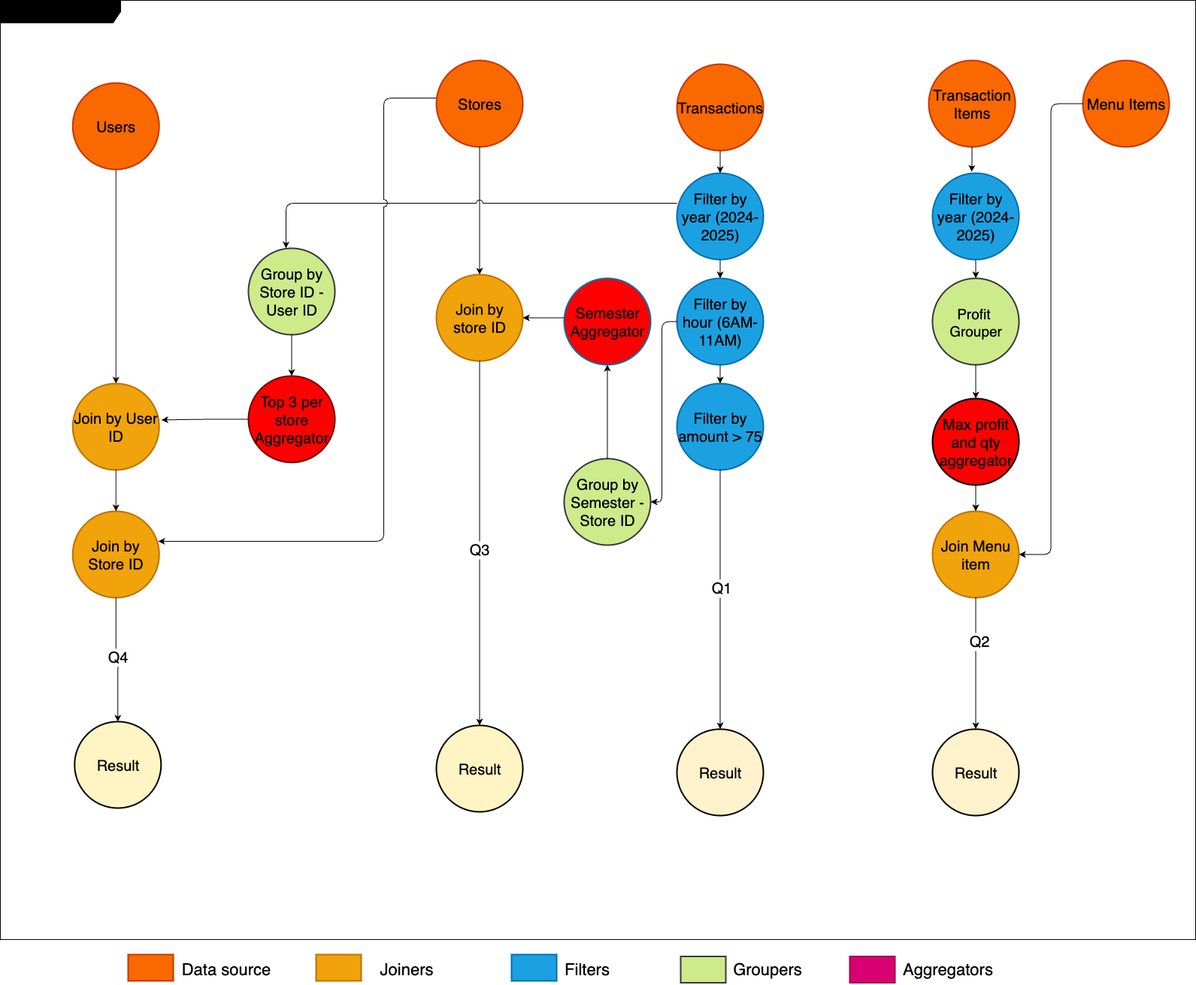
This is source/DAG.png from fiuba-distribuidos-2C2025/informe, a draw.io export, as it was before one commit. Source tidied: cells renumbered, new cells last; positions are measured from the earlier drawing's top-left corner, leaving out a move shared by most shapes.
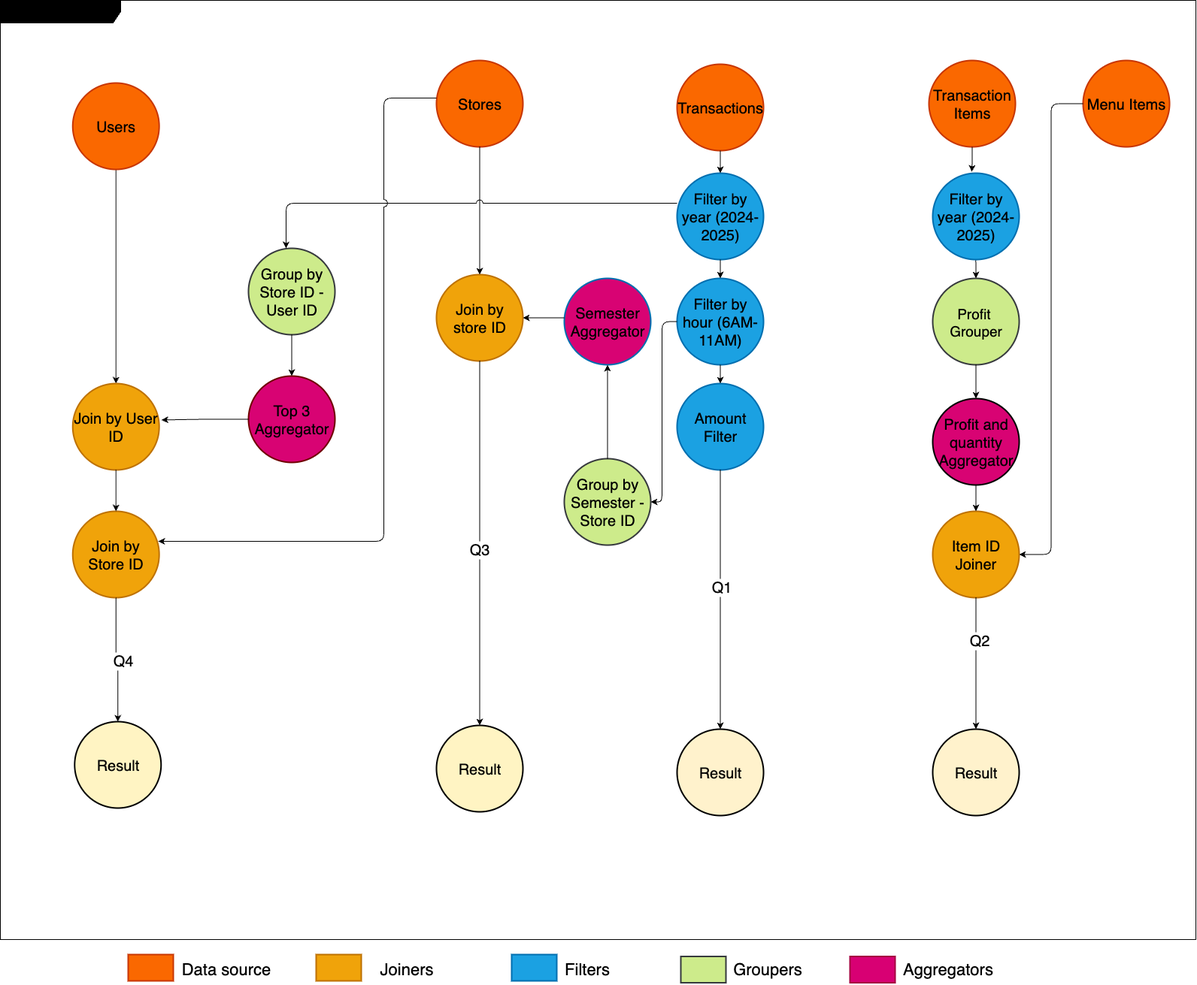
Later version of the same file.

What changed in the source:
```diff
@@ -23,7 +23,7 @@
     <mxCell id="8" value="&lt;div&gt;Filter by hour (6AM-11AM)&lt;/div&gt;" style="strokeWidth=2;html=1;shape=mxgraph.flowchart.start_2;whiteSpace=wrap;fillColor=#1ba1e2;fontColor=light-dark(#000000,#FFFFFF);strokeColor=#006EAF;rounded=1;fontSize=20;" parent="2" vertex="1">
       <mxGeometry x="900" y="370" width="115" height="115" as="geometry" />
     </mxCell>
-    <mxCell id="9" value="Filter by amount &amp;gt; 75" style="strokeWidth=2;html=1;shape=mxgraph.flowchart.start_2;whiteSpace=wrap;fillColor=#1ba1e2;fontColor=light-dark(#000000,#FFFFFF);strokeColor=#006EAF;rounded=1;fontSize=20;" parent="2" vertex="1">
+    <mxCell id="9" value="Amount&lt;div&gt;Filter&lt;/div&gt;" style="strokeWidth=2;html=1;shape=mxgraph.flowchart.start_2;whiteSpace=wrap;fillColor=#1ba1e2;fontColor=light-dark(#000000,#FFFFFF);strokeColor=#006EAF;rounded=1;fontSize=20;" parent="2" vertex="1">
       <mxGeometry x="900" y="510" width="115" height="115" as="geometry" />
     </mxCell>
     <mxCell id="10" value="Result" style="strokeWidth=2;html=1;shape=mxgraph.flowchart.start_2;whiteSpace=wrap;fillColor=light-dark(#FFF2CC, #3ab052);rounded=1;fontSize=20;fontColor=light-dark(#000000,#FFFFFF);strokeColor=default;" parent="2" vertex="1">
@@ -52,7 +52,7 @@
         <mxPoint x="1280" y="310" as="sourcePoint" />
       </mxGeometry>
     </mxCell>
-    <mxCell id="18" value="Max profit and qty aggregator" style="strokeWidth=2;html=1;shape=mxgraph.flowchart.start_2;whiteSpace=wrap;rounded=1;fontSize=20;fillColor=light-dark(#FF0000,#FF0000);fontColor=light-dark(#000000,#FFFFFF);" parent="2" vertex="1">
+    <mxCell id="18" value="&lt;span&gt;Profit and quantity Aggregator&lt;/span&gt;" style="strokeWidth=2;html=1;shape=mxgraph.flowchart.start_2;whiteSpace=wrap;rounded=1;fontSize=20;fillColor=light-dark(#d80373, #FF0000);fontColor=light-dark(#000000,#FFFFFF);labelBackgroundColor=none;" parent="2" vertex="1">
       <mxGeometry x="1240" y="530" width="115" height="115" as="geometry" />
     </mxCell>
     <mxCell id="19" value="Result" style="strokeWidth=2;html=1;shape=mxgraph.flowchart.start_2;whiteSpace=wrap;fillColor=light-dark(#FFF2CC, #3ab052);rounded=1;fontSize=20;strokeColor=light-dark(#000000, #6d5100);fontColor=light-dark(#000000,#FFFFFF);" parent="2" vertex="1">
@@ -101,7 +101,7 @@
         </Array>
       </mxGeometry>
     </mxCell>
-    <mxCell id="31" value="Top 3 per store&lt;div&gt;Aggregator&lt;/div&gt;" style="strokeWidth=2;html=1;shape=mxgraph.flowchart.start_2;whiteSpace=wrap;rounded=1;fontSize=20;fillStyle=auto;fillColor=light-dark(#FF0000,#FF0000);fontColor=light-dark(#000000,#FFFFFF);strokeColor=#6F0000;" parent="2" vertex="1">
+    <mxCell id="31" value="Top 3&lt;div&gt;Aggregator&lt;/div&gt;" style="strokeWidth=2;html=1;shape=mxgraph.flowchart.start_2;whiteSpace=wrap;rounded=1;fontSize=20;fillStyle=auto;fillColor=light-dark(#d80373, #FF0000);fontColor=light-dark(#000000,#FFFFFF);strokeColor=#6F0000;" parent="2" vertex="1">
       <mxGeometry x="330" y="500" width="115" height="115" as="geometry" />
     </mxCell>
     <mxCell id="32" style="edgeStyle=orthogonalEdgeStyle;rounded=1;jettySize=auto;html=1;entryX=0.5;entryY=0;entryDx=0;entryDy=0;entryPerimeter=0;fontSize=20;fontColor=light-dark(#000000,#FFFFFF);" parent="2" edge="1" source="29" target="31">
@@ -140,7 +140,7 @@
     <mxCell id="41" style="edgeStyle=orthogonalEdgeStyle;rounded=1;jettySize=auto;html=1;entryX=0.5;entryY=0;entryDx=0;entryDy=0;entryPerimeter=0;fontSize=20;fontColor=light-dark(#000000,#FFFFFF);" parent="2" edge="1" source="16" target="18">
       <mxGeometry relative="1" as="geometry" />
     </mxCell>
-    <mxCell id="42" value="Join Menu item" style="strokeWidth=2;html=1;shape=mxgraph.flowchart.start_2;whiteSpace=wrap;fillColor=#f0a30a;fontColor=light-dark(#000000,#FFFFFF);strokeColor=#BD7000;rounded=1;fontSize=20;" parent="2" vertex="1">
+    <mxCell id="42" value="Item ID&lt;div&gt;Joiner&lt;/div&gt;" style="strokeWidth=2;html=1;shape=mxgraph.flowchart.start_2;whiteSpace=wrap;fillColor=#f0a30a;fontColor=light-dark(#000000,#FFFFFF);strokeColor=#BD7000;rounded=1;fontSize=20;" parent="2" vertex="1">
       <mxGeometry x="1240" y="680" width="115" height="115" as="geometry" />
     </mxCell>
     <mxCell id="43" style="edgeStyle=orthogonalEdgeStyle;rounded=1;jettySize=auto;html=1;entryX=1;entryY=0.5;entryDx=0;entryDy=0;entryPerimeter=0;fontSize=20;fontColor=light-dark(#000000,#FFFFFF);" parent="2" edge="1" source="5" target="42">
@@ -163,7 +163,7 @@
     <mxCell id="48" style="edgeStyle=orthogonalEdgeStyle;rounded=0;hachureGap=4;jettySize=auto;html=1;entryX=0.452;entryY=-0.016;entryDx=0;entryDy=0;entryPerimeter=0;fontFamily=Architects Daughter;fontSource=https%3A%2F%2Ffonts.googleapis.com%2Fcss%3Ffamily%3DArchitects%2BDaughter;fontSize=20;fontColor=light-dark(#000000,#FFFFFF);" parent="2" edge="1" source="4" target="40">
       <mxGeometry relative="1" as="geometry" />
     </mxCell>
-    <mxCell id="49" value="&lt;div&gt;Semester&lt;/div&gt;&lt;div&gt;Aggregator&lt;/div&gt;" style="strokeWidth=2;html=1;shape=mxgraph.flowchart.start_2;whiteSpace=wrap;fillColor=light-dark(#FF0000,#FF0000);fontColor=light-dark(#000000,#FFFFFF);strokeColor=#006EAF;rounded=1;fontSize=20;" parent="2" vertex="1">
+    <mxCell id="49" value="&lt;div&gt;Semester&lt;/div&gt;&lt;div&gt;Aggregator&lt;/div&gt;" style="strokeWidth=2;html=1;shape=mxgraph.flowchart.start_2;whiteSpace=wrap;fillColor=light-dark(#d80373, #FF0000);fontColor=light-dark(#000000,#FFFFFF);strokeColor=#006EAF;rounded=1;fontSize=20;" parent="2" vertex="1">
       <mxGeometry x="750" y="370" width="115" height="115" as="geometry" />
     </mxCell>
     <mxCell id="50" style="edgeStyle=orthogonalEdgeStyle;rounded=0;jettySize=auto;html=1;entryX=0.5;entryY=1;entryDx=0;entryDy=0;entryPerimeter=0;fontColor=light-dark(#000000,#FFFFFF);" parent="2" edge="1" source="22" target="49">
```
